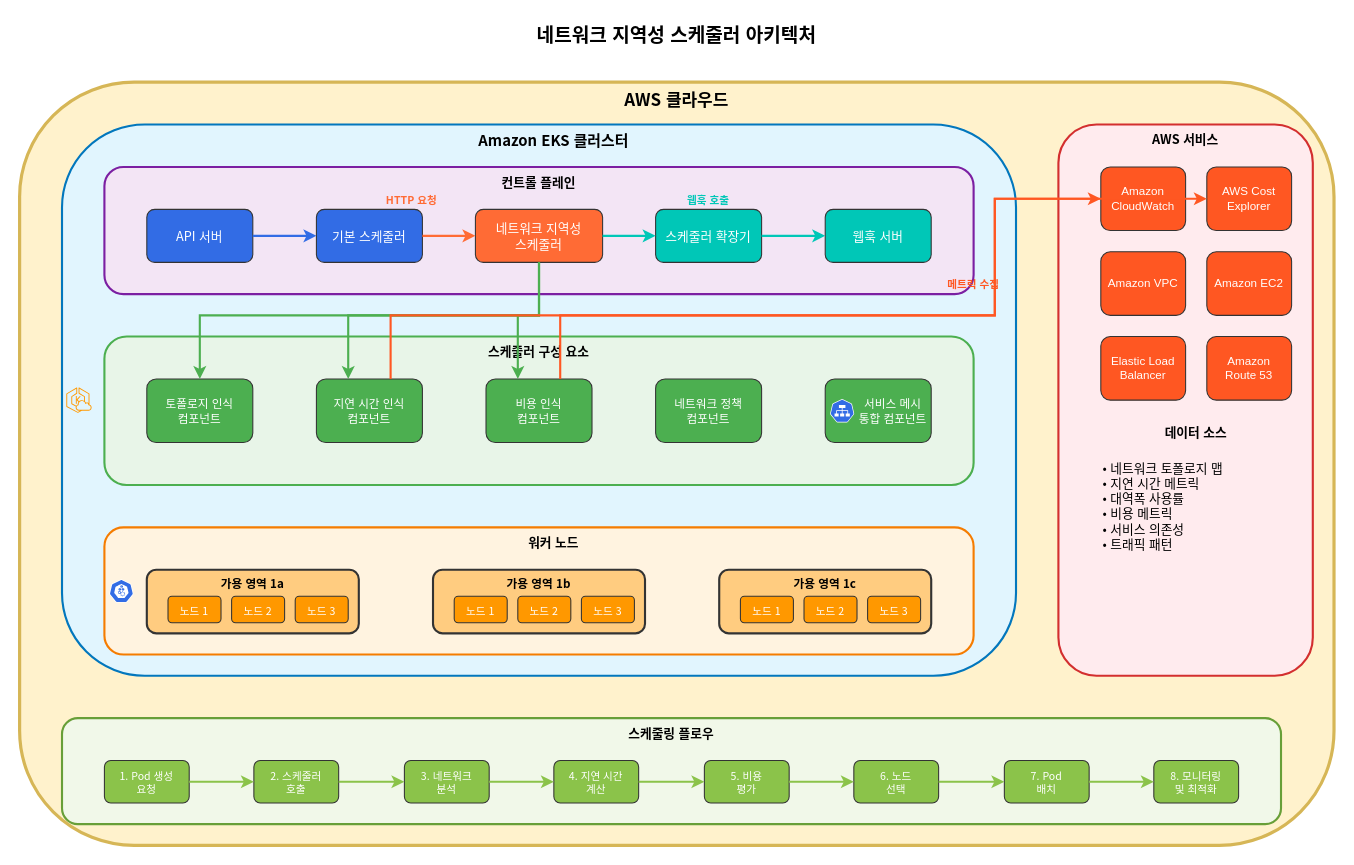
This is assets/generated-diagrams/network_locality_scheduler_architecture.drawio from Atom-oh/kubernetes-docs, a draw.io file, before an edit. Source tidied: cells renumbered, new cells numbered last; positions are measured from the earlier drawing's top-left corner, leaving out a move shared by most shapes. Both pictures are drawn from the tidied source at 106%, with x=0, y=0 at pixel (19, 18).
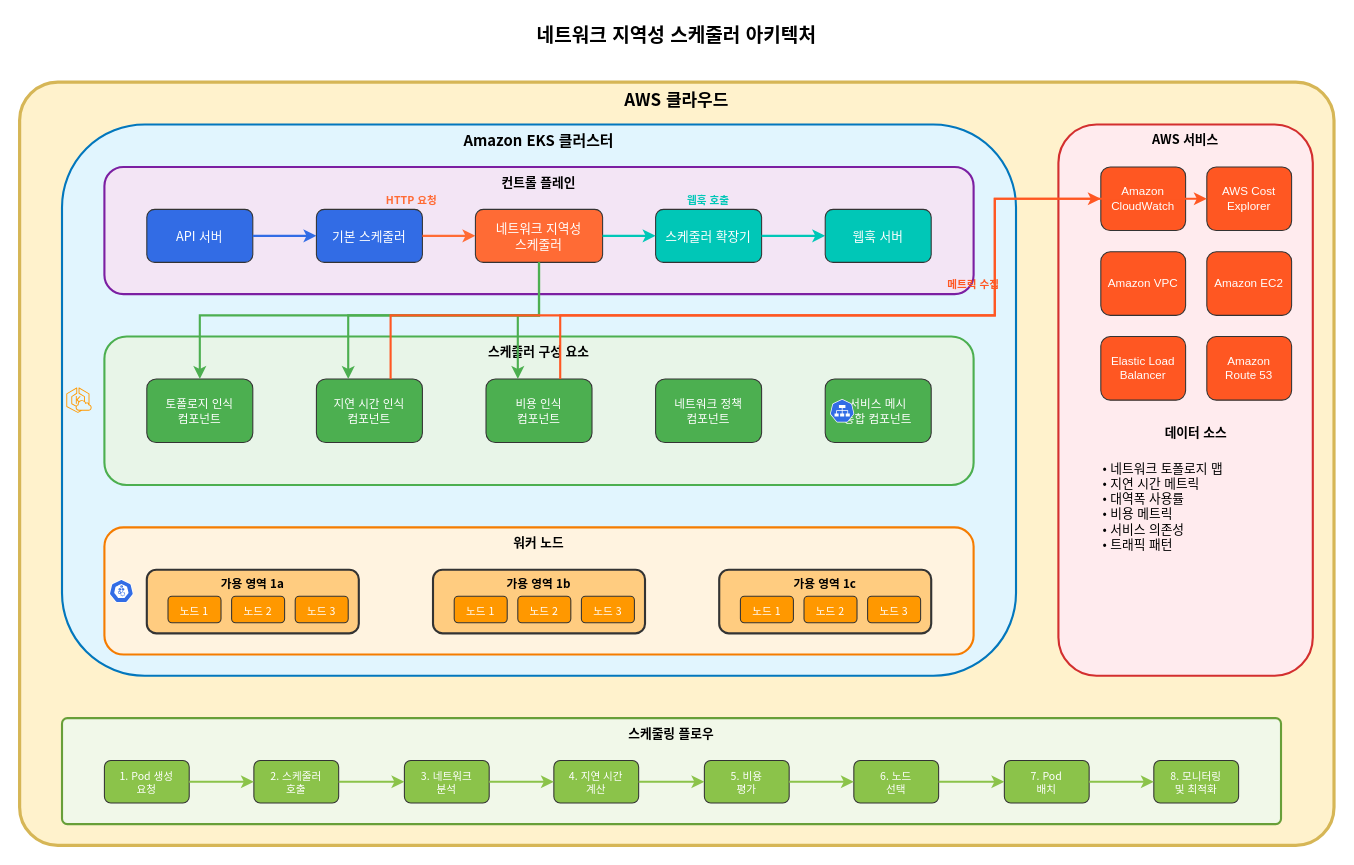
The same page after the edit.

Change to the diagram source:
```diff
@@
-    <mxCell id="3" value="AWS 클라우드" style="rounded=1;whiteSpace=wrap;html=1;fillColor=#FFF2CC;strokeColor=#D6B656;strokeWidth=3;fontSize=16;fontStyle=1;verticalAlign=top;fontFamily=Noto Sans CJK KR;" parent="1" vertex="1">
+    <mxCell id="3" value="AWS 클라우드" style="rounded=1;whiteSpace=wrap;html=1;fillColor=#FFF2CC;strokeColor=#D6B656;strokeWidth=3;fontSize=16;fontStyle=1;verticalAlign=top;fontFamily=Noto Sans CJK KR;arcSize=5;" parent="1" vertex="1">
       <mxGeometry y="60" width="1240" height="720" as="geometry" />
     </mxCell>
-    <mxCell id="4" value="Amazon EKS 클러스터" style="rounded=1;whiteSpace=wrap;html=1;fillColor=#E1F5FE;strokeColor=#0277BD;strokeWidth=2;fontSize=14;fontStyle=1;verticalAlign=top;fontFamily=Noto Sans CJK KR;spacingLeft=28;" parent="1" vertex="1">
+    <mxCell id="4" value="Amazon EKS 클러스터" style="rounded=1;whiteSpace=wrap;html=1;fillColor=#E1F5FE;strokeColor=#0277BD;strokeWidth=2;fontSize=14;fontStyle=1;verticalAlign=top;fontFamily=Noto Sans CJK KR;" parent="1" vertex="1">
       <mxGeometry x="40" y="100" width="900" height="520" as="geometry" />
     </mxCell>
@@
-    <mxCell id="16" value="서비스 메시&#10;통합 컴포넌트" style="rounded=1;whiteSpace=wrap;html=1;fillColor=#4CAF50;strokeColor=#333333;fontSize=11;fontColor=white;fontFamily=Noto Sans CJK KR;spacingLeft=28;" parent="1" vertex="1">
+    <mxCell id="16" value="서비스 메시&#10;통합 컴포넌트" style="rounded=1;whiteSpace=wrap;html=1;fillColor=#4CAF50;strokeColor=#333333;fontSize=11;fontColor=white;fontFamily=Noto Sans CJK KR;" parent="1" vertex="1">
       <mxGeometry x="760" y="340" width="100" height="60" as="geometry" />
     </mxCell>
-    <mxCell id="17" value="워커 노드" style="rounded=1;whiteSpace=wrap;html=1;fillColor=#FFF3E0;strokeColor=#F57C00;strokeWidth=2;fontSize=12;fontStyle=1;verticalAlign=top;fontFamily=Noto Sans CJK KR;spacingLeft=28;" parent="1" vertex="1">
+    <mxCell id="17" value="워커 노드" style="rounded=1;whiteSpace=wrap;html=1;fillColor=#FFF3E0;strokeColor=#F57C00;strokeWidth=2;fontSize=12;fontStyle=1;verticalAlign=top;fontFamily=Noto Sans CJK KR;" parent="1" vertex="1">
       <mxGeometry x="80" y="480" width="820" height="120" as="geometry" />
     </mxCell>
@@
-    <mxCell id="39" value="스케줄링 플로우" style="rounded=1;whiteSpace=wrap;html=1;fillColor=#F1F8E9;strokeColor=#689F38;strokeWidth=2;fontSize=12;fontStyle=1;verticalAlign=top;fontFamily=Noto Sans CJK KR;" parent="1" vertex="1">
+    <mxCell id="39" value="스케줄링 플로우" style="rounded=1;whiteSpace=wrap;html=1;fillColor=#F1F8E9;strokeColor=#689F38;strokeWidth=2;fontSize=12;fontStyle=1;verticalAlign=top;fontFamily=Noto Sans CJK KR;arcSize=5;" parent="1" vertex="1">
       <mxGeometry x="40" y="660" width="1150" height="100" as="geometry" />
     </mxCell>
```
